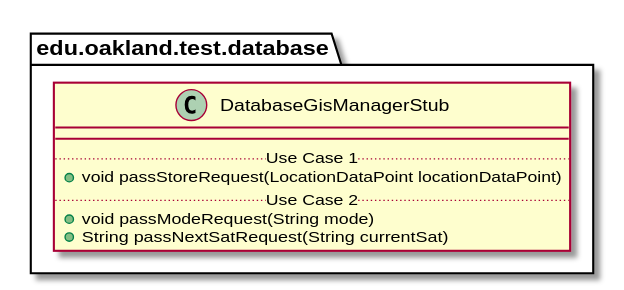
Above: docs/uml-class-diagrams/database/test/DatabaseGisManagerStub/DatabaseGisManagerStub.svg in andrewdimmer/csi-3370-software-project (PlantUML), before the change.
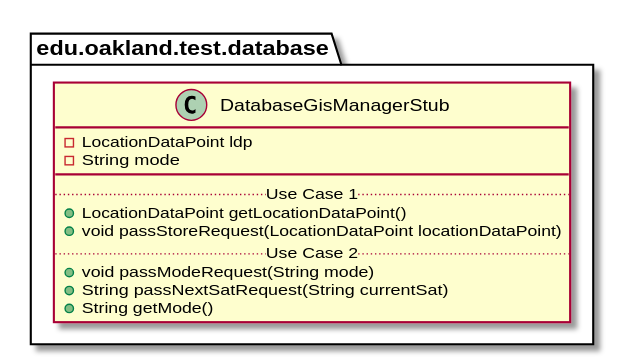
After the change.

Change to the diagram source:
```diff
@@ -2,12 +2,16 @@
 
 package edu.oakland.test.database {
     class DatabaseGisManagerStub {
+        - LocationDataPoint ldp
+        - String mode
         __
         .. Use Case 1 ..
+        + LocationDataPoint getLocationDataPoint()
         + void passStoreRequest(LocationDataPoint locationDataPoint)
         .. Use Case 2 ..
         + void passModeRequest(String mode)
         + String passNextSatRequest(String currentSat)
+        + String getMode()
     }
 }
 
```
